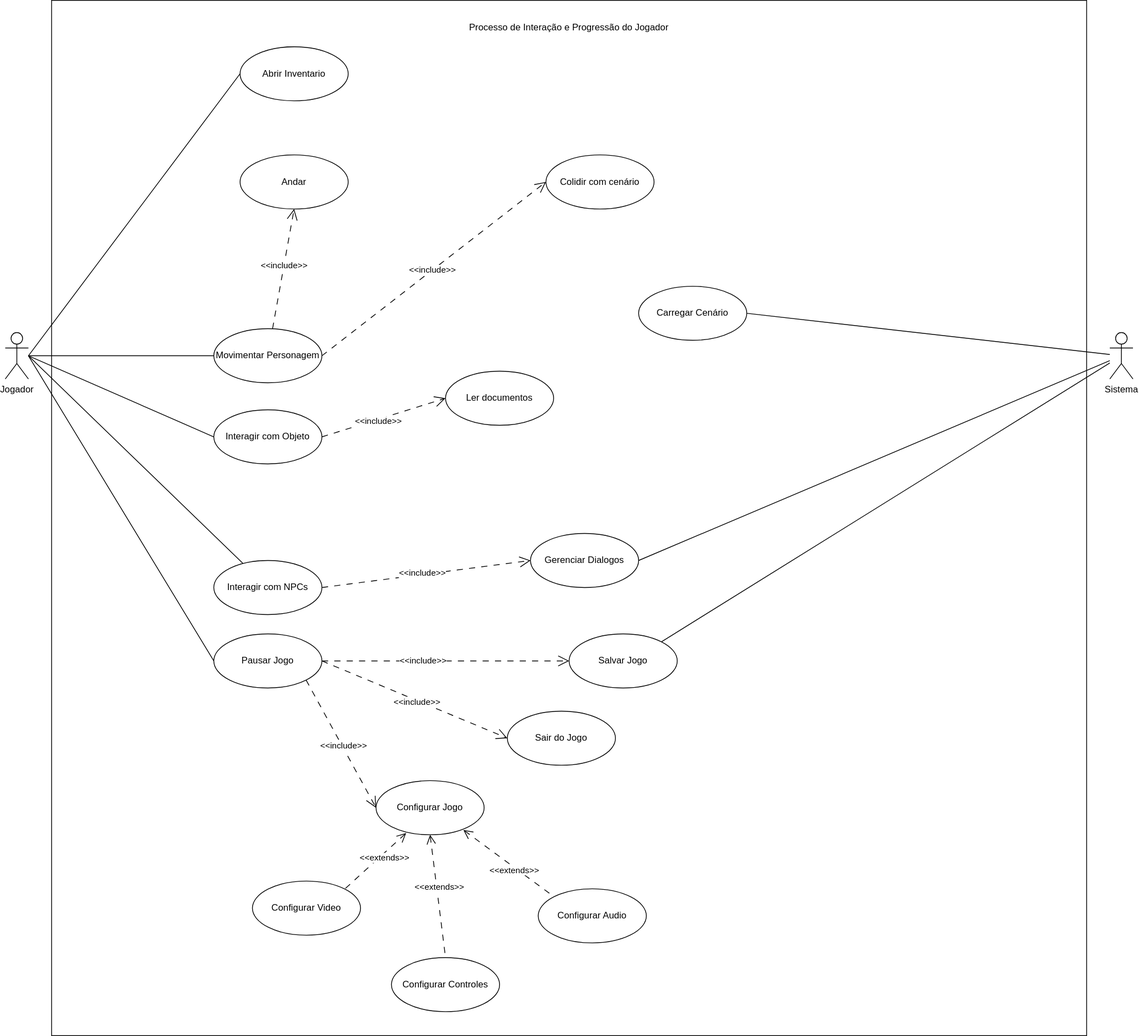
This is docs/caso-de-uso/caso-de-uso.drawio.svg from omatheusfaria/Ani, a draw.io export, as it was before one commit. Source tidied: cells renumbered, new cells last; positions are measured from the earlier drawing's top-left corner, leaving out a move shared by most shapes.
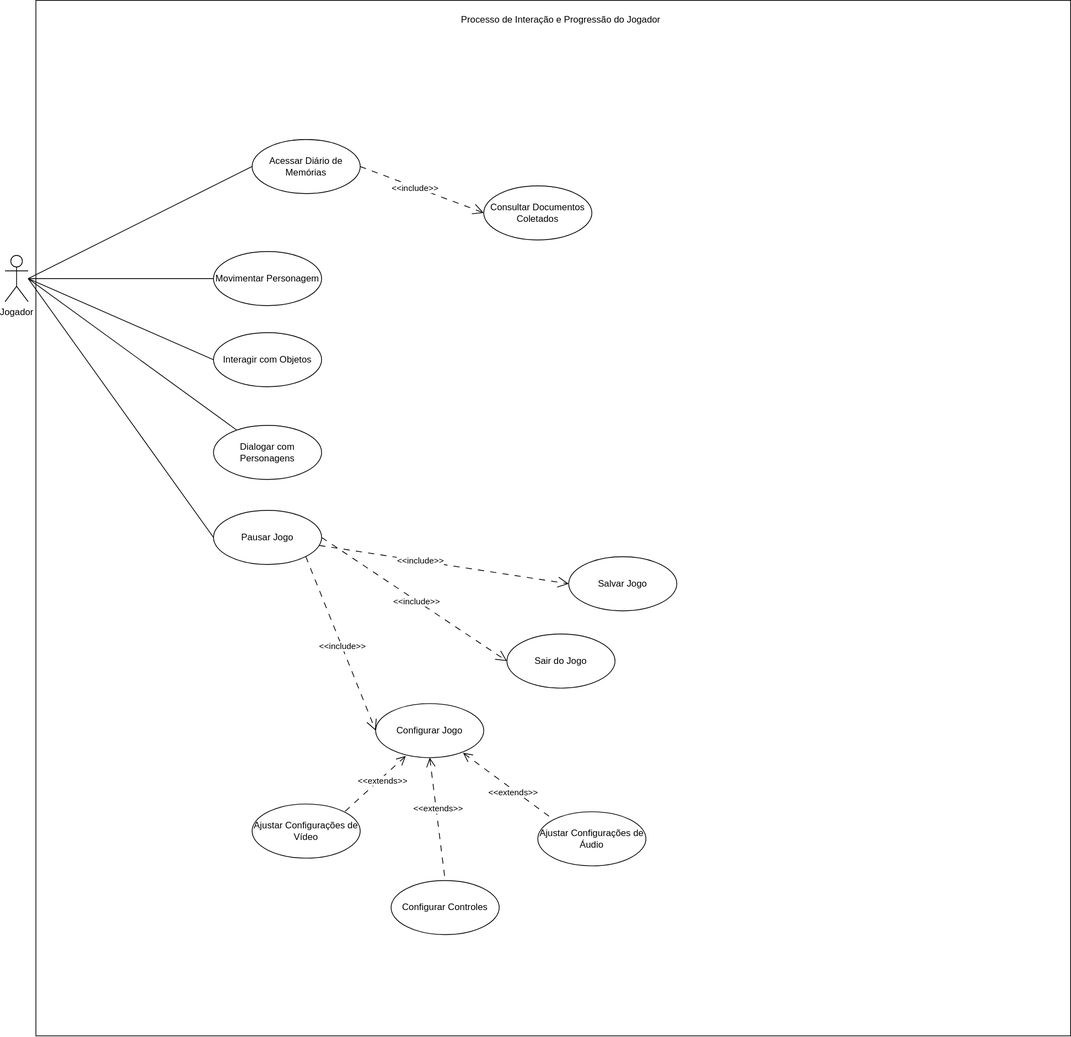
After the change.

What changed in the source:
```diff
@@ -3,7 +3,7 @@
     <mxCell id="0" />
     <mxCell id="1" parent="0" />
     <mxCell id="2" value="&lt;div align=&quot;center&quot;&gt;&lt;br&gt;&lt;/div&gt;" style="whiteSpace=wrap;html=1;" parent="1" vertex="1">
-      <mxGeometry x="60" width="1340" height="1340" as="geometry" />
+      <mxGeometry x="40" y="100" width="1340" height="1340" as="geometry" />
     </mxCell>
     <mxCell id="3" style="rounded=0;jettySize=auto;html=1;entryX=0;entryY=0.5;entryDx=0;entryDy=0;endArrow=none;endFill=0;" parent="1" edge="1" source="7" target="12">
       <mxGeometry relative="1" as="geometry" />
@@ -26,33 +26,16 @@
     <mxCell id="7" value="&lt;div&gt;Jogador&lt;/div&gt;" style="shape=umlActor;verticalLabelPosition=bottom;verticalAlign=top;html=1;outlineConnect=0;" parent="1" vertex="1">
       <mxGeometry y="430" width="30" height="60" as="geometry" />
     </mxCell>
-    <mxCell id="8" style="rounded=0;jettySize=auto;html=1;entryX=0.5;entryY=1;entryDx=0;entryDy=0;dashed=1;dashPattern=8 8;endArrow=open;endFill=0;endSize=12;" parent="1" edge="1" source="12" target="46">
-      <mxGeometry relative="1" as="geometry" />
-    </mxCell>
-    <mxCell id="9" value="&lt;div&gt;&amp;lt;&amp;lt;include&amp;gt;&amp;gt;&lt;/div&gt;" style="edgeLabel;html=1;align=center;verticalAlign=middle;" parent="8" vertex="1">
-      <mxGeometry x="0.07" y="1" relative="1" as="geometry" />
-    </mxCell>
-    <mxCell id="10" style="rounded=0;jettySize=auto;html=1;exitX=1;exitY=0.5;exitDx=0;exitDy=0;entryX=0;entryY=0.5;entryDx=0;entryDy=0;dashed=1;dashPattern=8 8;endArrow=open;endFill=0;endSize=12;" parent="1" edge="1" source="12" target="13">
-      <mxGeometry relative="1" as="geometry" />
-    </mxCell>
-    <mxCell id="11" value="&amp;lt;&amp;lt;include&amp;gt;&amp;gt;" style="edgeLabel;html=1;align=center;verticalAlign=middle;" parent="10" vertex="1">
-      <mxGeometry x="-0.02" y="1" relative="1" as="geometry">
-        <mxPoint y="-1" as="offset" />
-      </mxGeometry>
-    </mxCell>
     <mxCell id="12" value="Movimentar Personagem" style="ellipse;whiteSpace=wrap;html=1;" parent="1" vertex="1">
       <mxGeometry x="270" y="425" width="140" height="70" as="geometry" />
     </mxCell>
-    <mxCell id="13" value="Colidir com cenário" style="ellipse;whiteSpace=wrap;html=1;" parent="1" vertex="1">
-      <mxGeometry x="700" y="200" width="140" height="70" as="geometry" />
-    </mxCell>
-    <mxCell id="14" style="rounded=0;jettySize=auto;html=1;exitX=1;exitY=0.5;exitDx=0;exitDy=0;entryX=0;entryY=0.5;entryDx=0;entryDy=0;endArrow=open;endFill=0;dashed=1;dashPattern=8 8;endSize=12;" parent="1" edge="1" source="16" target="21">
+    <mxCell id="14" style="rounded=0;jettySize=auto;html=1;exitX=1;exitY=0.5;exitDx=0;exitDy=0;entryX=0;entryY=0.5;entryDx=0;entryDy=0;endArrow=open;endFill=0;dashed=1;dashPattern=8 8;endSize=12;" parent="1" edge="1" source="47" target="21">
       <mxGeometry relative="1" as="geometry" />
     </mxCell>
     <mxCell id="15" value="&amp;lt;&amp;lt;include&amp;gt;&amp;gt;" style="edgeLabel;html=1;align=center;verticalAlign=middle;" parent="14" vertex="1">
       <mxGeometry x="-0.12" y="-1" relative="1" as="geometry" />
     </mxCell>
-    <mxCell id="16" value="Interagir com Objeto" style="ellipse;whiteSpace=wrap;html=1;" parent="1" vertex="1">
+    <mxCell id="16" value="Interagir com Objetos" style="ellipse;whiteSpace=wrap;html=1;" parent="1" vertex="1">
       <mxGeometry x="270" y="530" width="140" height="70" as="geometry" />
     </mxCell>
     <mxCell id="17" style="rounded=0;jettySize=auto;html=1;endArrow=none;endFill=0;" parent="1" edge="1" source="20">
@@ -60,21 +43,12 @@
         <mxPoint x="30" y="460" as="targetPoint" />
       </mxGeometry>
     </mxCell>
-    <mxCell id="18" style="rounded=0;jettySize=auto;html=1;exitX=1;exitY=0.5;exitDx=0;exitDy=0;entryX=0;entryY=0.5;entryDx=0;entryDy=0;endArrow=open;endFill=0;dashed=1;dashPattern=8 8;endSize=12;" parent="1" edge="1" source="20" target="22">
-      <mxGeometry relative="1" as="geometry" />
-    </mxCell>
-    <mxCell id="19" value="&amp;lt;&amp;lt;include&amp;gt;&amp;gt;" style="edgeLabel;html=1;align=center;verticalAlign=middle;" parent="18" vertex="1">
-      <mxGeometry x="-0.04" y="4" relative="1" as="geometry" />
-    </mxCell>
-    <mxCell id="20" value="Interagir com NPCs" style="ellipse;whiteSpace=wrap;html=1;" parent="1" vertex="1">
-      <mxGeometry x="270" y="725" width="140" height="70" as="geometry" />
+    <mxCell id="20" value="Dialogar com Personagens" style="ellipse;whiteSpace=wrap;html=1;" parent="1" vertex="1">
+      <mxGeometry x="270" y="650" width="140" height="70" as="geometry" />
     </mxCell>
-    <mxCell id="21" value="Ler documentos" style="ellipse;whiteSpace=wrap;html=1;" parent="1" vertex="1">
-      <mxGeometry x="570" y="480" width="140" height="70" as="geometry" />
+    <mxCell id="21" value="Consultar Documentos Coletados" style="ellipse;whiteSpace=wrap;html=1;" parent="1" vertex="1">
+      <mxGeometry x="620" y="340" width="140" height="70" as="geometry" />
     </mxCell>
-    <mxCell id="22" value="Gerenciar Dialogos" style="ellipse;whiteSpace=wrap;html=1;" parent="1" vertex="1">
-      <mxGeometry x="680" y="690" width="140" height="70" as="geometry" />
-    </mxCell>
     <mxCell id="23" value="Salvar Jogo" style="ellipse;whiteSpace=wrap;html=1;" parent="1" vertex="1">
       <mxGeometry x="730" y="820" width="140" height="70" as="geometry" />
     </mxCell>
@@ -122,43 +96,25 @@
       <mxGeometry x="-0.19" y="1" relative="1" as="geometry" />
     </mxCell>
     <mxCell id="37" value="Pausar Jogo" style="ellipse;whiteSpace=wrap;html=1;" parent="1" vertex="1">
-      <mxGeometry x="270" y="820" width="140" height="70" as="geometry" />
+      <mxGeometry x="270" y="760" width="140" height="70" as="geometry" />
     </mxCell>
     <mxCell id="38" value="Sair do Jogo" style="ellipse;whiteSpace=wrap;html=1;" parent="1" vertex="1">
       <mxGeometry x="650" y="920" width="140" height="70" as="geometry" />
     </mxCell>
-    <mxCell id="39" style="rounded=0;jettySize=auto;html=1;entryX=1;entryY=0;entryDx=0;entryDy=0;endArrow=none;endFill=0;" parent="1" edge="1" source="42" target="23">
-      <mxGeometry relative="1" as="geometry" />
-    </mxCell>
-    <mxCell id="40" style="rounded=0;jettySize=auto;html=1;entryX=1;entryY=0.5;entryDx=0;entryDy=0;endArrow=none;endFill=0;" parent="1" edge="1" source="42" target="22">
-      <mxGeometry relative="1" as="geometry" />
-    </mxCell>
-    <mxCell id="41" style="rounded=0;jettySize=auto;html=1;entryX=1;entryY=0.5;entryDx=0;entryDy=0;endArrow=none;endFill=0;" parent="1" edge="1" source="42" target="48">
-      <mxGeometry relative="1" as="geometry" />
-    </mxCell>
-    <mxCell id="42" value="&lt;div&gt;Sistema&lt;/div&gt;" style="shape=umlActor;verticalLabelPosition=bottom;verticalAlign=top;html=1;" parent="1" vertex="1">
-      <mxGeometry x="1430" y="430" width="30" height="60" as="geometry" />
-    </mxCell>
-    <mxCell id="43" value="Configurar Video" style="ellipse;whiteSpace=wrap;html=1;" parent="1" vertex="1">
+    <mxCell id="43" value="Ajustar Configurações de Vídeo" style="ellipse;whiteSpace=wrap;html=1;" parent="1" vertex="1">
       <mxGeometry x="320" y="1140" width="140" height="70" as="geometry" />
     </mxCell>
     <mxCell id="44" value="Configurar Controles" style="ellipse;whiteSpace=wrap;html=1;" parent="1" vertex="1">
       <mxGeometry x="500" y="1239" width="140" height="70" as="geometry" />
     </mxCell>
-    <mxCell id="45" value="Configurar Audio" style="ellipse;whiteSpace=wrap;html=1;" parent="1" vertex="1">
+    <mxCell id="45" value="Ajustar Configurações de Áudio" style="ellipse;whiteSpace=wrap;html=1;" parent="1" vertex="1">
       <mxGeometry x="690" y="1150" width="140" height="70" as="geometry" />
     </mxCell>
-    <mxCell id="46" value="Andar" style="ellipse;whiteSpace=wrap;html=1;" parent="1" vertex="1">
-      <mxGeometry x="304" y="200" width="140" height="70" as="geometry" />
-    </mxCell>
-    <mxCell id="47" value="Abrir Inventario" style="ellipse;whiteSpace=wrap;html=1;" parent="1" vertex="1">
-      <mxGeometry x="304" y="60" width="140" height="70" as="geometry" />
+    <mxCell id="47" value="Acessar Diário de Memórias" style="ellipse;whiteSpace=wrap;html=1;" parent="1" vertex="1">
+      <mxGeometry x="320" y="280" width="140" height="70" as="geometry" />
     </mxCell>
-    <mxCell id="48" value="Carregar Cenário" style="ellipse;whiteSpace=wrap;html=1;" parent="1" vertex="1">
-      <mxGeometry x="820" y="370" width="140" height="70" as="geometry" />
-    </mxCell>
     <mxCell id="49" value="Processo de Interação e Progressão do Jogador" style="text;html=1;whiteSpace=wrap;strokeColor=none;fillColor=none;align=center;verticalAlign=middle;rounded=0;" parent="1" vertex="1">
-      <mxGeometry x="515" y="20" width="430" height="30" as="geometry" />
+      <mxGeometry x="505" y="110" width="430" height="30" as="geometry" />
     </mxCell>
   </root>
 </mxGraphModel>
```
